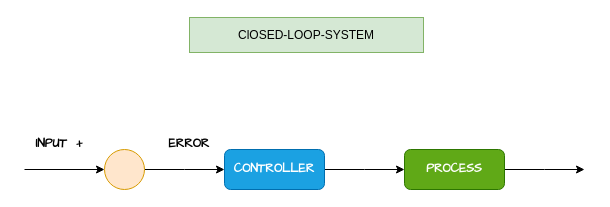
Before: 未命名绘图.drawio in KAZAMA-DREAM/picture, a draw.io diagram. Source tidied: cells renumbered, new cells numbered last; positions are measured from the earlier drawing's top-left corner, leaving out a move shared by most shapes. Both pictures are drawn from the tidied source at 100%, with x=0, y=0 at pixel (24, 17).
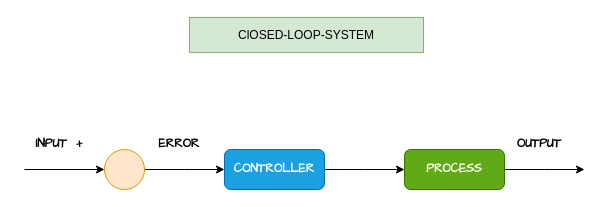
The same diagram, later.

Commit message (it also covers changes not shown here):
更新未命名绘图.drawio

The edit, as a diff of the source:
```diff
@@
 <mxGraphModel>
   <root>
     <mxCell id="0" />
     <mxCell id="1" parent="0" />
     <mxCell id="2" value="ClOSED-LOOP-SYSTEM" style="rounded=0;whiteSpace=wrap;html=1;fillColor=#d5e8d4;strokeColor=#82b366;" parent="1" vertex="1">
       <mxGeometry x="165" width="234" height="35" as="geometry" />
     </mxCell>
     <mxCell id="3" style="endArrow=classic;html=1;rounded=0;exitX=1;exitY=0.5;exitDx=0;exitDy=0;entryX=0;entryY=0.5;entryDx=0;entryDy=0;" parent="1" edge="1" target="6">
       <mxGeometry relative="1" as="geometry">
         <mxPoint y="152" as="sourcePoint" />
       </mxGeometry>
     </mxCell>
     <mxCell id="4" value="INPUT&amp;nbsp; +" style="text;html=1;strokeColor=none;fillColor=none;align=center;verticalAlign=middle;whiteSpace=wrap;rounded=0;fontFamily=Comic Sans MS;fontStyle=1;" parent="1" vertex="1">
       <mxGeometry y="112" width="70" height="30" as="geometry" />
     </mxCell>
     <mxCell id="5" style="edgeStyle=orthogonalEdgeStyle;rounded=0;jettySize=auto;html=1;exitX=1;exitY=0.5;exitDx=0;exitDy=0;fontFamily=Comic Sans MS;" parent="1" edge="1" source="6">
       <mxGeometry relative="1" as="geometry">
         <mxPoint x="200" y="152" as="targetPoint" />
       </mxGeometry>
     </mxCell>
     <mxCell id="6" style="ellipse;whiteSpace=wrap;html=1;fontFamily=Comic Sans MS;fillColor=#ffe6cc;strokeColor=#d79b00;" parent="1" vertex="1">
       <mxGeometry x="80" y="132" width="40" height="40" as="geometry" />
     </mxCell>
     <mxCell id="7" value="ERROR" style="text;html=1;strokeColor=none;fillColor=none;align=center;verticalAlign=middle;whiteSpace=wrap;rounded=0;fontFamily=Comic Sans MS;fontStyle=1;" parent="1" vertex="1">
-      <mxGeometry x="130" y="112" width="70" height="30" as="geometry" />
+      <mxGeometry x="120" y="112" width="70" height="30" as="geometry" />
     </mxCell>
     <mxCell id="8" style="edgeStyle=orthogonalEdgeStyle;rounded=0;jettySize=auto;html=1;exitX=1;exitY=0.5;exitDx=0;exitDy=0;fontFamily=Comic Sans MS;" parent="1" edge="1" source="9">
       <mxGeometry relative="1" as="geometry">
         <mxPoint x="380" y="152" as="targetPoint" />
       </mxGeometry>
     </mxCell>
     <mxCell id="9" value="&lt;b&gt;CONTROLLER&lt;/b&gt;" style="rounded=1;whiteSpace=wrap;html=1;fontFamily=Comic Sans MS;fillColor=#1ba1e2;fontColor=#ffffff;strokeColor=#006EAF;" parent="1" vertex="1">
       <mxGeometry x="200" y="132" width="100" height="40" as="geometry" />
     </mxCell>
     <mxCell id="10" style="edgeStyle=orthogonalEdgeStyle;rounded=0;jettySize=auto;html=1;exitX=1;exitY=0.5;exitDx=0;exitDy=0;fontFamily=Comic Sans MS;" parent="1" edge="1" source="11">
       <mxGeometry relative="1" as="geometry">
         <mxPoint x="560" y="152" as="targetPoint" />
       </mxGeometry>
     </mxCell>
     <mxCell id="11" value="&lt;b&gt;PROCESS&lt;/b&gt;" style="rounded=1;whiteSpace=wrap;html=1;fontFamily=Comic Sans MS;fillColor=#60a917;fontColor=#ffffff;strokeColor=#2D7600;" parent="1" vertex="1">
       <mxGeometry x="380" y="132" width="100" height="40" as="geometry" />
     </mxCell>
+    <mxCell id="12" value="OUTPUT" style="text;html=1;strokeColor=none;fillColor=none;align=center;verticalAlign=middle;whiteSpace=wrap;rounded=0;fontFamily=Comic Sans MS;fontStyle=1;" parent="1" vertex="1">
+      <mxGeometry x="480" y="112" width="70" height="30" as="geometry" />
+    </mxCell>
   </root>
 </mxGraphModel>
```
